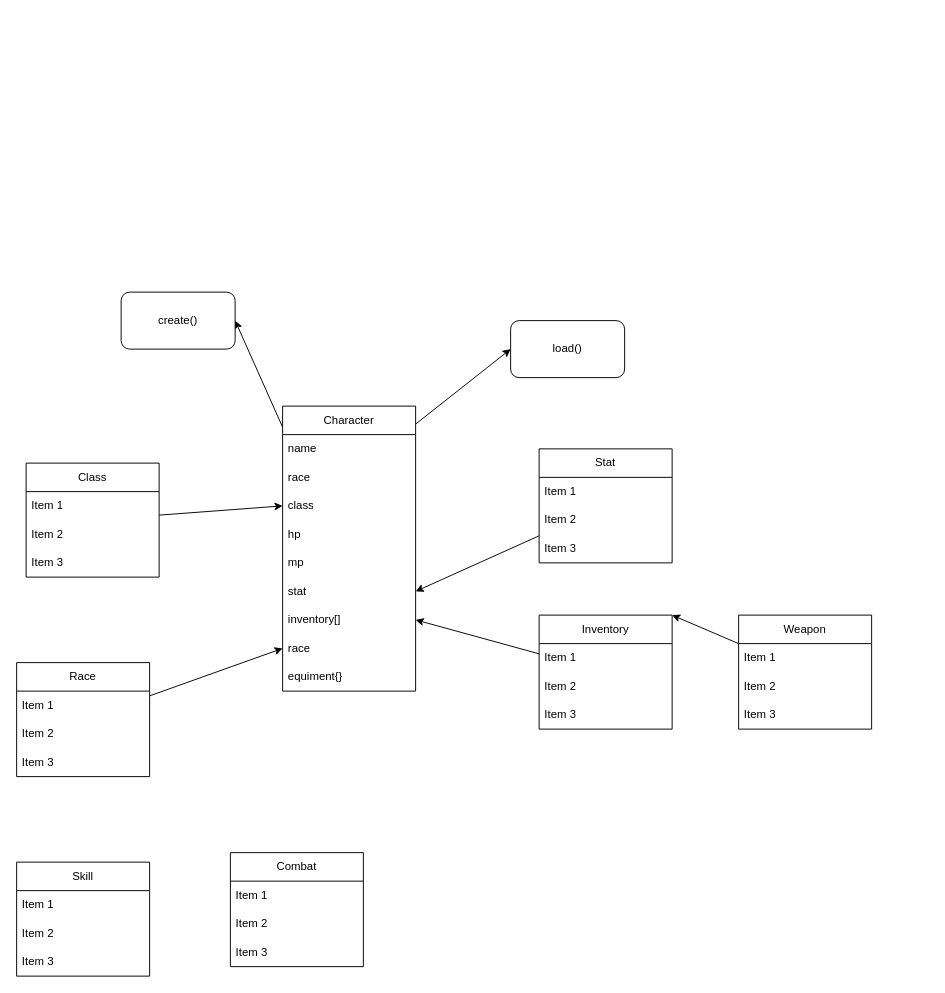
This is design.drawio from minhduc1212/Text_Based_Game, a draw.io file, before an edit. Source tidied: cells renumbered, new cells numbered last; positions are measured from the earlier drawing's top-left corner, leaving out a move shared by most shapes. Both pictures are drawn from the tidied source at 95%, with x=0, y=0 at pixel (16, 292).
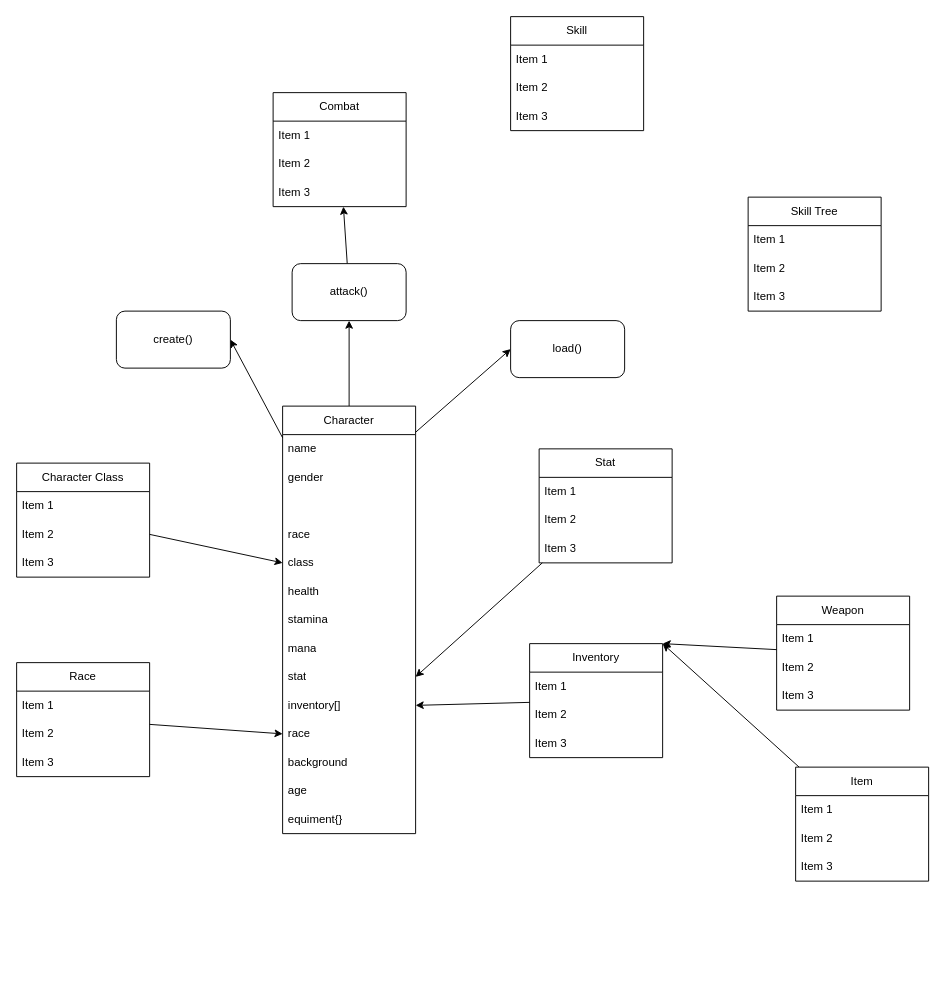
After the change.

Commit message:
feat(design.drawio): connect and add more attr

Unchanged cells that the change refers to:
```xml
<mxCell id="39" value="load()" style="rounded=1;whiteSpace=wrap;html=1;" parent="1" vertex="1">
  <mxGeometry x="520" y="30" width="120" height="60" as="geometry" />
</mxCell>
```

What changed in the source:
```diff
@@
-    <mxCell id="3" style="edgeStyle=none;html=1;exitX=1;exitY=0.063;exitDx=0;exitDy=0;exitPerimeter=0;entryX=0;entryY=0.5;entryDx=0;entryDy=0;" parent="1" edge="1" source="4" target="39">
+    <mxCell id="3" style="edgeStyle=none;html=1;exitX=0.993;exitY=0.063;exitDx=0;exitDy=0;exitPerimeter=0;entryX=0;entryY=0.5;entryDx=0;entryDy=0;" parent="1" edge="1" source="4" target="39">
       <mxGeometry relative="1" as="geometry" />
     </mxCell>
+    <mxCell id="49" style="edgeStyle=none;html=1;entryX=0.5;entryY=1;entryDx=0;entryDy=0;" parent="1" edge="1" source="4" target="56">
+      <mxGeometry relative="1" as="geometry" />
+    </mxCell>
     <mxCell id="4" value="Character" style="swimlane;fontStyle=0;horizontal=1;startSize=30;whiteSpace=wrap;html=1;" parent="1" vertex="1">
-      <mxGeometry x="280" y="120" width="140" height="300" as="geometry" />
+      <mxGeometry x="280" y="120" width="140" height="450" as="geometry" />
     </mxCell>
@@
+    <mxCell id="50" value="gender" style="text;strokeColor=none;fillColor=none;align=left;verticalAlign=middle;spacingLeft=4;spacingRight=4;overflow=hidden;whiteSpace=wrap;html=1;" parent="4" vertex="1">
+      <mxGeometry y="60" width="140" height="30" as="geometry" />
+    </mxCell>
+    <mxCell id="51" style="text;strokeColor=none;fillColor=none;align=left;verticalAlign=middle;spacingLeft=4;spacingRight=4;overflow=hidden;whiteSpace=wrap;html=1;" parent="4" vertex="1">
+      <mxGeometry y="90" width="140" height="30" as="geometry" />
+    </mxCell>
     <mxCell id="6" value="race" style="text;strokeColor=none;fillColor=none;align=left;verticalAlign=middle;spacingLeft=4;spacingRight=4;overflow=hidden;whiteSpace=wrap;html=1;" parent="4" vertex="1">
-      <mxGeometry y="60" width="140" height="30" as="geometry" />
+      <mxGeometry y="120" width="140" height="30" as="geometry" />
     </mxCell>
     <mxCell id="7" value="class" style="text;strokeColor=none;fillColor=none;align=left;verticalAlign=middle;spacingLeft=4;spacingRight=4;overflow=hidden;points=[[0,0.5],[1,0.5]];portConstraint=eastwest;whiteSpace=wrap;html=1;" parent="4" vertex="1">
-      <mxGeometry y="90" width="140" height="30" as="geometry" />
+      <mxGeometry y="150" width="140" height="30" as="geometry" />
     </mxCell>
-    <mxCell id="8" value="hp" style="text;strokeColor=none;fillColor=none;align=left;verticalAlign=middle;spacingLeft=4;spacingRight=4;overflow=hidden;whiteSpace=wrap;html=1;" parent="4" vertex="1">
-      <mxGeometry y="120" width="140" height="30" as="geometry" />
+    <mxCell id="8" value="health" style="text;strokeColor=none;fillColor=none;align=left;verticalAlign=middle;spacingLeft=4;spacingRight=4;overflow=hidden;whiteSpace=wrap;html=1;" parent="4" vertex="1">
+      <mxGeometry y="180" width="140" height="30" as="geometry" />
     </mxCell>
+    <mxCell id="52" value="stamina" style="text;strokeColor=none;fillColor=none;align=left;verticalAlign=middle;spacingLeft=4;spacingRight=4;overflow=hidden;whiteSpace=wrap;html=1;" parent="4" vertex="1">
+      <mxGeometry y="210" width="140" height="30" as="geometry" />
+    </mxCell>
-    <mxCell id="9" value="mp" style="text;strokeColor=none;fillColor=none;align=left;verticalAlign=middle;spacingLeft=4;spacingRight=4;overflow=hidden;whiteSpace=wrap;html=1;" parent="4" vertex="1">
-      <mxGeometry y="150" width="140" height="30" as="geometry" />
+    <mxCell id="9" value="mana" style="text;strokeColor=none;fillColor=none;align=left;verticalAlign=middle;spacingLeft=4;spacingRight=4;overflow=hidden;whiteSpace=wrap;html=1;" parent="4" vertex="1">
+      <mxGeometry y="240" width="140" height="30" as="geometry" />
     </mxCell>
     <mxCell id="10" value="stat" style="text;strokeColor=none;fillColor=none;align=left;verticalAlign=middle;spacingLeft=4;spacingRight=4;overflow=hidden;points=[[0,0.5],[1,0.5]];portConstraint=eastwest;whiteSpace=wrap;html=1;" parent="4" vertex="1">
-      <mxGeometry y="180" width="140" height="30" as="geometry" />
+      <mxGeometry y="270" width="140" height="30" as="geometry" />
     </mxCell>
     <mxCell id="11" value="inventory[]" style="text;strokeColor=none;fillColor=none;align=left;verticalAlign=middle;spacingLeft=4;spacingRight=4;overflow=hidden;points=[[0,0.5],[1,0.5]];portConstraint=eastwest;whiteSpace=wrap;html=1;" parent="4" vertex="1">
-      <mxGeometry y="210" width="140" height="30" as="geometry" />
+      <mxGeometry y="300" width="140" height="30" as="geometry" />
     </mxCell>
     <mxCell id="12" value="race" style="text;strokeColor=none;fillColor=none;align=left;verticalAlign=middle;spacingLeft=4;spacingRight=4;overflow=hidden;points=[[0,0.5],[1,0.5]];portConstraint=eastwest;whiteSpace=wrap;html=1;" parent="4" vertex="1">
-      <mxGeometry y="240" width="140" height="30" as="geometry" />
+      <mxGeometry y="330" width="140" height="30" as="geometry" />
     </mxCell>
+    <mxCell id="53" value="background" style="text;strokeColor=none;fillColor=none;align=left;verticalAlign=middle;spacingLeft=4;spacingRight=4;overflow=hidden;whiteSpace=wrap;html=1;" parent="4" vertex="1">
+      <mxGeometry y="360" width="140" height="30" as="geometry" />
+    </mxCell>
+    <mxCell id="54" value="age" style="text;strokeColor=none;fillColor=none;align=left;verticalAlign=middle;spacingLeft=4;spacingRight=4;overflow=hidden;whiteSpace=wrap;html=1;" parent="4" vertex="1">
+      <mxGeometry y="390" width="140" height="30" as="geometry" />
+    </mxCell>
     <mxCell id="13" value="equiment{}" style="text;strokeColor=none;fillColor=none;align=left;verticalAlign=middle;spacingLeft=4;spacingRight=4;overflow=hidden;whiteSpace=wrap;html=1;" parent="4" vertex="1">
-      <mxGeometry y="270" width="140" height="30" as="geometry" />
+      <mxGeometry y="420" width="140" height="30" as="geometry" />
     </mxCell>
@@
     <mxCell id="20" value="Inventory" style="swimlane;fontStyle=0;horizontal=1;startSize=30;whiteSpace=wrap;html=1;" parent="1" vertex="1">
-      <mxGeometry x="550" y="340" width="140" height="120" as="geometry" />
+      <mxGeometry x="540" y="370" width="140" height="120" as="geometry" />
     </mxCell>
@@
     <mxCell id="24" value="Combat" style="swimlane;fontStyle=0;horizontal=1;startSize=30;whiteSpace=wrap;html=1;" parent="1" vertex="1">
-      <mxGeometry x="225" y="590" width="140" height="120" as="geometry" />
+      <mxGeometry x="270" y="-210" width="140" height="120" as="geometry" />
     </mxCell>
@@
-    <mxCell id="34" value="Class" style="swimlane;fontStyle=0;horizontal=1;startSize=30;whiteSpace=wrap;html=1;" parent="1" vertex="1">
-      <mxGeometry x="10" y="180" width="140" height="120" as="geometry" />
+    <mxCell id="34" value="Character Class" style="swimlane;fontStyle=0;horizontal=1;startSize=30;whiteSpace=wrap;html=1;" parent="1" vertex="1">
+      <mxGeometry y="180" width="140" height="120" as="geometry" />
     </mxCell>
@@
     <mxCell id="38" value="create()" style="rounded=1;whiteSpace=wrap;html=1;" parent="1" vertex="1">
-      <mxGeometry x="110" width="120" height="60" as="geometry" />
+      <mxGeometry x="105" y="20" width="120" height="60" as="geometry" />
     </mxCell>
@@
     <mxCell id="41" value="Weapon" style="swimlane;fontStyle=0;horizontal=1;startSize=30;whiteSpace=wrap;html=1;" parent="1" vertex="1">
-      <mxGeometry x="760" y="340" width="140" height="120" as="geometry" />
+      <mxGeometry x="800" y="320" width="140" height="120" as="geometry" />
     </mxCell>
@@
     <mxCell id="45" value="Skill" style="swimlane;fontStyle=0;horizontal=1;startSize=30;whiteSpace=wrap;html=1;" parent="1" vertex="1">
-      <mxGeometry y="600" width="140" height="120" as="geometry" />
+      <mxGeometry x="520" y="-290" width="140" height="120" as="geometry" />
     </mxCell>
@@
+    <mxCell id="55" style="edgeStyle=none;html=1;" parent="1" edge="1" source="56" target="24">
+      <mxGeometry relative="1" as="geometry" />
+    </mxCell>
+    <mxCell id="56" value="attack()" style="rounded=1;whiteSpace=wrap;html=1;" parent="1" vertex="1">
+      <mxGeometry x="290" y="-30" width="120" height="60" as="geometry" />
+    </mxCell>
+    <mxCell id="57" style="edgeStyle=none;html=1;entryX=1;entryY=0;entryDx=0;entryDy=0;" parent="1" edge="1" source="58" target="20">
+      <mxGeometry relative="1" as="geometry" />
+    </mxCell>
+    <mxCell id="58" value="Item" style="swimlane;fontStyle=0;horizontal=1;startSize=30;whiteSpace=wrap;html=1;" parent="1" vertex="1">
+      <mxGeometry x="820" y="500" width="140" height="120" as="geometry" />
+    </mxCell>
+    <mxCell id="59" value="Item 1" style="text;strokeColor=none;fillColor=none;align=left;verticalAlign=middle;spacingLeft=4;spacingRight=4;overflow=hidden;whiteSpace=wrap;html=1;" parent="58" vertex="1">
+      <mxGeometry y="30" width="140" height="30" as="geometry" />
+    </mxCell>
+    <mxCell id="60" value="Item 2" style="text;strokeColor=none;fillColor=none;align=left;verticalAlign=middle;spacingLeft=4;spacingRight=4;overflow=hidden;whiteSpace=wrap;html=1;" parent="58" vertex="1">
+      <mxGeometry y="60" width="140" height="30" as="geometry" />
+    </mxCell>
+    <mxCell id="61" value="Item 3" style="text;strokeColor=none;fillColor=none;align=left;verticalAlign=middle;spacingLeft=4;spacingRight=4;overflow=hidden;whiteSpace=wrap;html=1;" parent="58" vertex="1">
+      <mxGeometry y="90" width="140" height="30" as="geometry" />
+    </mxCell>
+    <mxCell id="62" value="Skill Tree" style="swimlane;fontStyle=0;horizontal=1;startSize=30;whiteSpace=wrap;html=1;" parent="1" vertex="1">
+      <mxGeometry x="770" y="-100" width="140" height="120" as="geometry" />
+    </mxCell>
+    <mxCell id="63" value="Item 1" style="text;strokeColor=none;fillColor=none;align=left;verticalAlign=middle;spacingLeft=4;spacingRight=4;overflow=hidden;whiteSpace=wrap;html=1;" parent="62" vertex="1">
+      <mxGeometry y="30" width="140" height="30" as="geometry" />
+    </mxCell>
+    <mxCell id="64" value="Item 2" style="text;strokeColor=none;fillColor=none;align=left;verticalAlign=middle;spacingLeft=4;spacingRight=4;overflow=hidden;whiteSpace=wrap;html=1;" parent="62" vertex="1">
+      <mxGeometry y="60" width="140" height="30" as="geometry" />
+    </mxCell>
+    <mxCell id="65" value="Item 3" style="text;strokeColor=none;fillColor=none;align=left;verticalAlign=middle;spacingLeft=4;spacingRight=4;overflow=hidden;whiteSpace=wrap;html=1;" parent="62" vertex="1">
+      <mxGeometry y="90" width="140" height="30" as="geometry" />
+    </mxCell>
```
